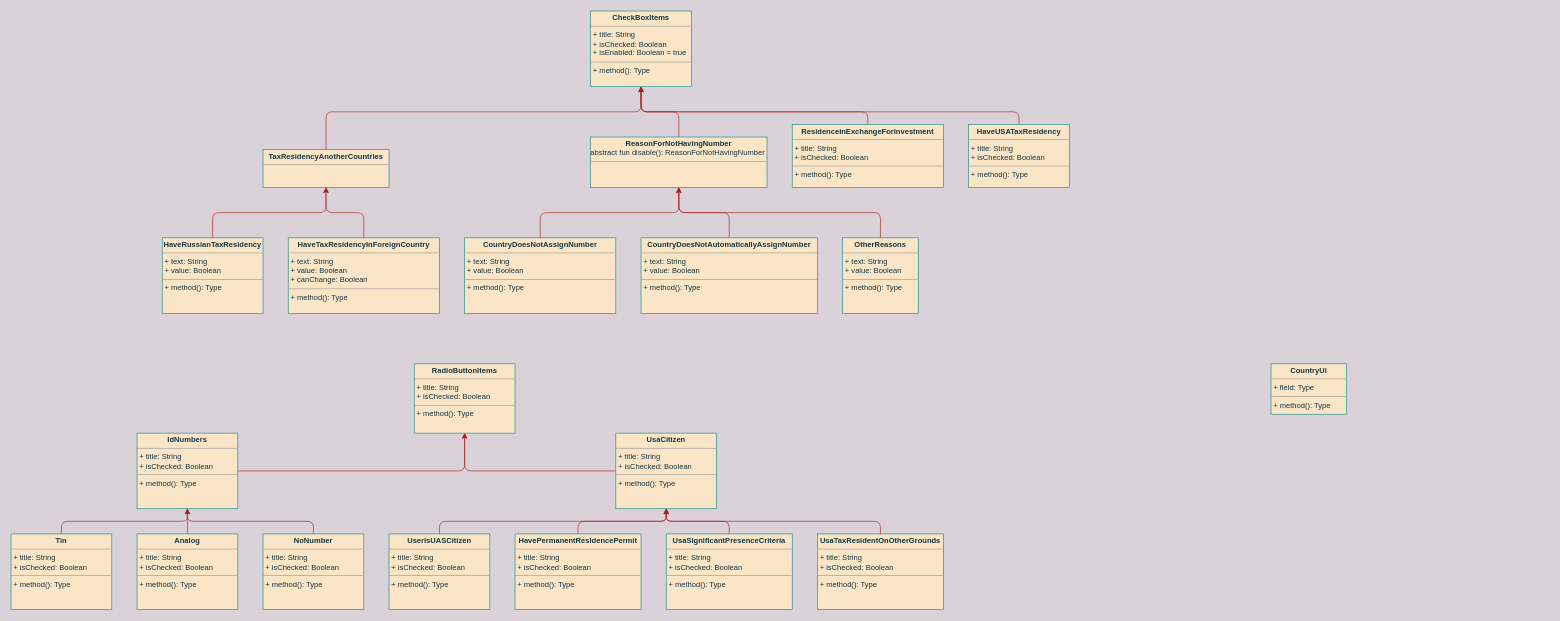
The draw.io diagram UNI-16532.drawio in ShiryaevNikolay/diagrams, before the edit. Source tidied: cells renumbered, new cells numbered last; positions are measured from the earlier drawing's top-left corner, leaving out a move shared by most shapes. Both pictures are drawn from the tidied source at 63%, with x=0, y=0 at pixel (11, 11).
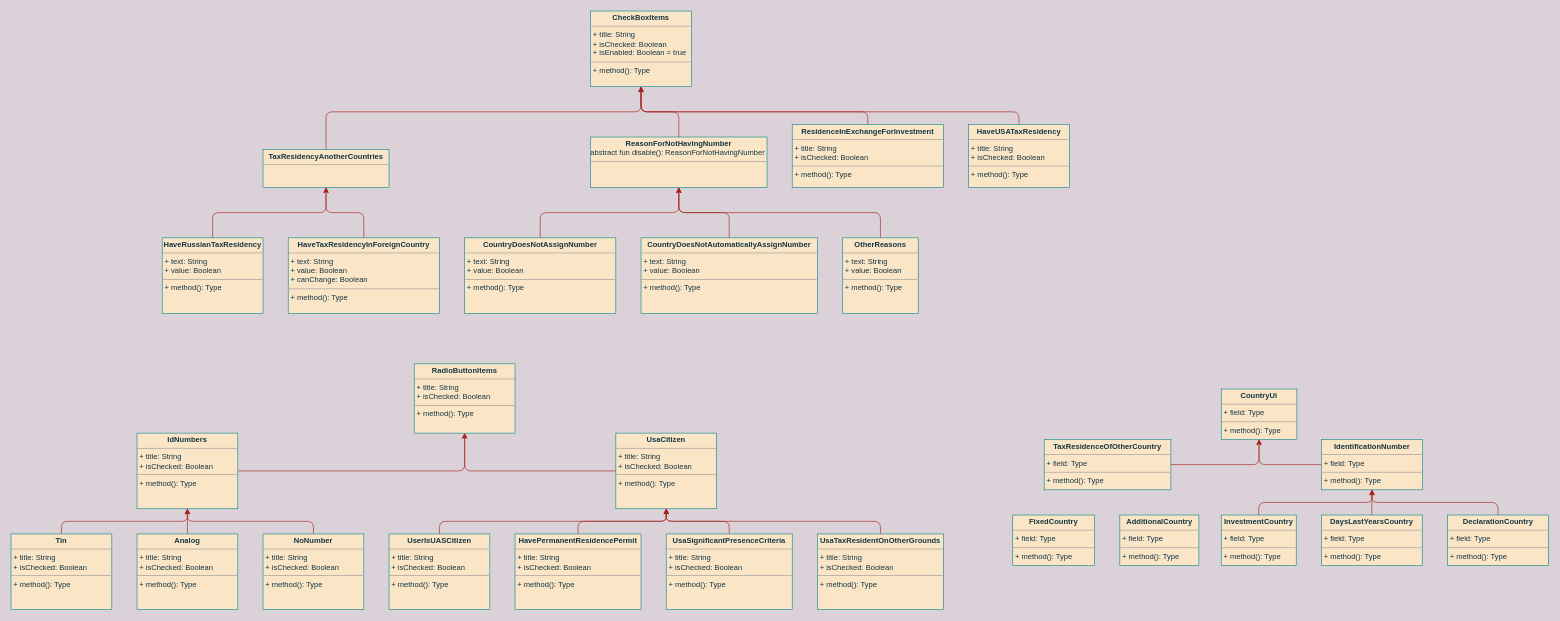
The same diagram, later.

The edit, as a diff of the source:
```diff
@@
     <mxCell id="4" value="&lt;p style=&quot;margin:0px;margin-top:4px;text-align:center;&quot;&gt;&lt;b&gt;CountryUi&lt;/b&gt;&lt;/p&gt;&lt;hr size=&quot;1&quot;&gt;&lt;p style=&quot;margin:0px;margin-left:4px;&quot;&gt;+ field: Type&lt;/p&gt;&lt;hr size=&quot;1&quot;&gt;&lt;p style=&quot;margin:0px;margin-left:4px;&quot;&gt;+ method(): Type&lt;/p&gt;" style="verticalAlign=top;align=left;overflow=fill;fontSize=12;fontFamily=Helvetica;html=1;fillColor=#FAE5C7;strokeColor=#0F8B8D;fontColor=#143642;" parent="1" vertex="1">
-      <mxGeometry x="2000" y="560" width="120" height="80" as="geometry" />
+      <mxGeometry x="1921" y="600" width="120" height="80" as="geometry" />
     </mxCell>
@@
+    <mxCell id="41" style="edgeStyle=orthogonalEdgeStyle;curved=0;rounded=1;sketch=0;jettySize=auto;html=1;entryX=0.5;entryY=1;entryDx=0;entryDy=0;fontColor=#143642;strokeColor=#A8201A;fillColor=#FAE5C7;" parent="1" edge="1" source="42" target="4">
+      <mxGeometry relative="1" as="geometry" />
+    </mxCell>
+    <mxCell id="42" value="&lt;p style=&quot;margin:0px;margin-top:4px;text-align:center;&quot;&gt;&lt;b&gt;TaxResidenceOfOtherCountry&lt;/b&gt;&lt;/p&gt;&lt;hr size=&quot;1&quot;&gt;&lt;p style=&quot;margin:0px;margin-left:4px;&quot;&gt;+ field: Type&lt;/p&gt;&lt;hr size=&quot;1&quot;&gt;&lt;p style=&quot;margin:0px;margin-left:4px;&quot;&gt;+ method(): Type&lt;/p&gt;" style="verticalAlign=top;align=left;overflow=fill;fontSize=12;fontFamily=Helvetica;html=1;fillColor=#FAE5C7;strokeColor=#0F8B8D;fontColor=#143642;" parent="1" vertex="1">
+      <mxGeometry x="1640" y="680" width="201" height="80" as="geometry" />
+    </mxCell>
+    <mxCell id="43" style="edgeStyle=orthogonalEdgeStyle;curved=0;rounded=1;sketch=0;jettySize=auto;html=1;entryX=0.5;entryY=1;entryDx=0;entryDy=0;fontColor=#143642;strokeColor=#A8201A;fillColor=#FAE5C7;" parent="1" edge="1" source="44" target="4">
+      <mxGeometry relative="1" as="geometry" />
+    </mxCell>
+    <mxCell id="44" value="&lt;p style=&quot;margin:0px;margin-top:4px;text-align:center;&quot;&gt;&lt;b&gt;IdentificationNumber&lt;/b&gt;&lt;/p&gt;&lt;hr size=&quot;1&quot;&gt;&lt;p style=&quot;margin:0px;margin-left:4px;&quot;&gt;+ field: Type&lt;/p&gt;&lt;hr size=&quot;1&quot;&gt;&lt;p style=&quot;margin:0px;margin-left:4px;&quot;&gt;+ method(): Type&lt;/p&gt;" style="verticalAlign=top;align=left;overflow=fill;fontSize=12;fontFamily=Helvetica;html=1;fillColor=#FAE5C7;strokeColor=#0F8B8D;fontColor=#143642;" parent="1" vertex="1">
+      <mxGeometry x="2080" y="680" width="160.5" height="80" as="geometry" />
+    </mxCell>
+    <mxCell id="45" value="&lt;p style=&quot;margin:0px;margin-top:4px;text-align:center;&quot;&gt;&lt;b&gt;FixedCountry&lt;/b&gt;&lt;/p&gt;&lt;hr size=&quot;1&quot;&gt;&lt;p style=&quot;margin:0px;margin-left:4px;&quot;&gt;+ field: Type&lt;/p&gt;&lt;hr size=&quot;1&quot;&gt;&lt;p style=&quot;margin:0px;margin-left:4px;&quot;&gt;+ method(): Type&lt;/p&gt;" style="verticalAlign=top;align=left;overflow=fill;fontSize=12;fontFamily=Helvetica;html=1;fillColor=#FAE5C7;strokeColor=#0F8B8D;fontColor=#143642;" parent="1" vertex="1">
+      <mxGeometry x="1590" y="800" width="130" height="80" as="geometry" />
+    </mxCell>
+    <mxCell id="46" value="&lt;p style=&quot;margin:0px;margin-top:4px;text-align:center;&quot;&gt;&lt;b&gt;AdditionalCountry&lt;/b&gt;&lt;/p&gt;&lt;hr size=&quot;1&quot;&gt;&lt;p style=&quot;margin:0px;margin-left:4px;&quot;&gt;+ field: Type&lt;/p&gt;&lt;hr size=&quot;1&quot;&gt;&lt;p style=&quot;margin:0px;margin-left:4px;&quot;&gt;+ method(): Type&lt;/p&gt;" style="verticalAlign=top;align=left;overflow=fill;fontSize=12;fontFamily=Helvetica;html=1;fillColor=#FAE5C7;strokeColor=#0F8B8D;fontColor=#143642;" parent="1" vertex="1">
+      <mxGeometry x="1760" y="800" width="125.5" height="80" as="geometry" />
+    </mxCell>
+    <mxCell id="47" style="edgeStyle=orthogonalEdgeStyle;curved=0;rounded=1;sketch=0;jettySize=auto;html=1;entryX=0.5;entryY=1;entryDx=0;entryDy=0;fontColor=#143642;strokeColor=#A8201A;fillColor=#FAE5C7;" parent="1" edge="1" source="48" target="44">
+      <mxGeometry relative="1" as="geometry">
+        <Array as="points">
+          <mxPoint x="1980" y="780" />
+          <mxPoint x="2160" y="780" />
+        </Array>
+      </mxGeometry>
+    </mxCell>
+    <mxCell id="48" value="&lt;p style=&quot;margin:0px;margin-top:4px;text-align:center;&quot;&gt;&lt;b&gt;InvestmentCountry&lt;/b&gt;&lt;/p&gt;&lt;hr size=&quot;1&quot;&gt;&lt;p style=&quot;margin:0px;margin-left:4px;&quot;&gt;+ field: Type&lt;/p&gt;&lt;hr size=&quot;1&quot;&gt;&lt;p style=&quot;margin:0px;margin-left:4px;&quot;&gt;+ method(): Type&lt;/p&gt;" style="verticalAlign=top;align=left;overflow=fill;fontSize=12;fontFamily=Helvetica;html=1;fillColor=#FAE5C7;strokeColor=#0F8B8D;fontColor=#143642;" parent="1" vertex="1">
+      <mxGeometry x="1921" y="800" width="119" height="80" as="geometry" />
+    </mxCell>
+    <mxCell id="49" style="edgeStyle=orthogonalEdgeStyle;curved=0;rounded=1;sketch=0;jettySize=auto;html=1;entryX=0.5;entryY=1;entryDx=0;entryDy=0;fontColor=#143642;strokeColor=#A8201A;fillColor=#FAE5C7;" parent="1" edge="1" source="50" target="44">
+      <mxGeometry relative="1" as="geometry" />
+    </mxCell>
+    <mxCell id="50" value="&lt;p style=&quot;margin:0px;margin-top:4px;text-align:center;&quot;&gt;&lt;b&gt;DaysLastYearsCountry&lt;/b&gt;&lt;/p&gt;&lt;hr size=&quot;1&quot;&gt;&lt;p style=&quot;margin:0px;margin-left:4px;&quot;&gt;+ field: Type&lt;/p&gt;&lt;hr size=&quot;1&quot;&gt;&lt;p style=&quot;margin:0px;margin-left:4px;&quot;&gt;+ method(): Type&lt;/p&gt;" style="verticalAlign=top;align=left;overflow=fill;fontSize=12;fontFamily=Helvetica;html=1;fillColor=#FAE5C7;strokeColor=#0F8B8D;fontColor=#143642;" parent="1" vertex="1">
+      <mxGeometry x="2080" y="800" width="160" height="80" as="geometry" />
+    </mxCell>
+    <mxCell id="51" style="edgeStyle=orthogonalEdgeStyle;curved=0;rounded=1;sketch=0;jettySize=auto;html=1;entryX=0.5;entryY=1;entryDx=0;entryDy=0;fontColor=#143642;strokeColor=#A8201A;fillColor=#FAE5C7;" parent="1" edge="1" source="52" target="44">
+      <mxGeometry relative="1" as="geometry">
+        <Array as="points">
+          <mxPoint x="2360" y="780" />
+          <mxPoint x="2160" y="780" />
+        </Array>
+      </mxGeometry>
+    </mxCell>
+    <mxCell id="52" value="&lt;p style=&quot;margin:0px;margin-top:4px;text-align:center;&quot;&gt;&lt;b&gt;DeclarationCountry&lt;/b&gt;&lt;/p&gt;&lt;hr size=&quot;1&quot;&gt;&lt;p style=&quot;margin:0px;margin-left:4px;&quot;&gt;+ field: Type&lt;/p&gt;&lt;hr size=&quot;1&quot;&gt;&lt;p style=&quot;margin:0px;margin-left:4px;&quot;&gt;+ method(): Type&lt;/p&gt;" style="verticalAlign=top;align=left;overflow=fill;fontSize=12;fontFamily=Helvetica;html=1;fillColor=#FAE5C7;strokeColor=#0F8B8D;fontColor=#143642;" parent="1" vertex="1">
+      <mxGeometry x="2280" y="800" width="160.5" height="80" as="geometry" />
+    </mxCell>
```
